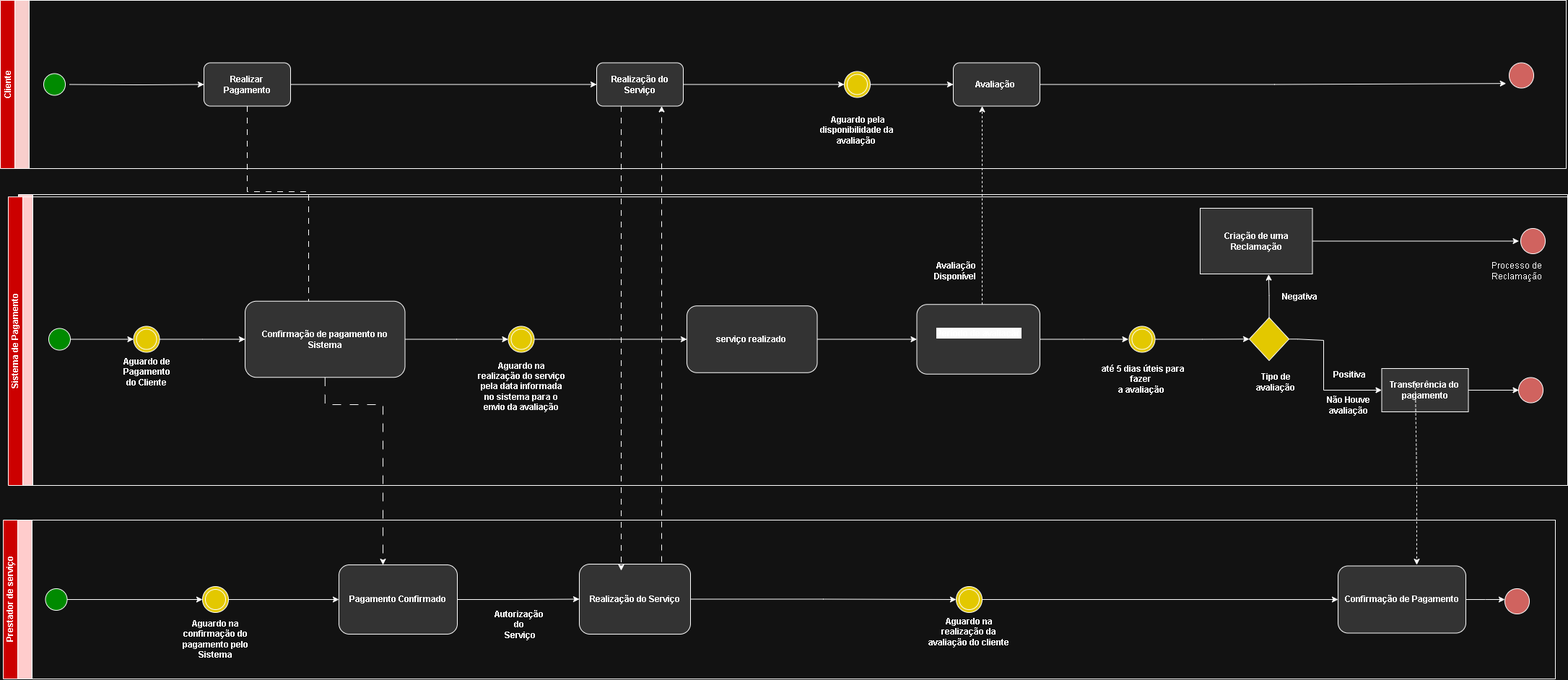
The draw.io diagram pagamento1.png in ThePlano/Projeto-CC5511---ENGENHARIA-DE-SOFTWARE, before a commit. Source tidied: cells renumbered, new cells last; positions are measured from the earlier drawing's top-left corner, leaving out a move shared by most shapes.
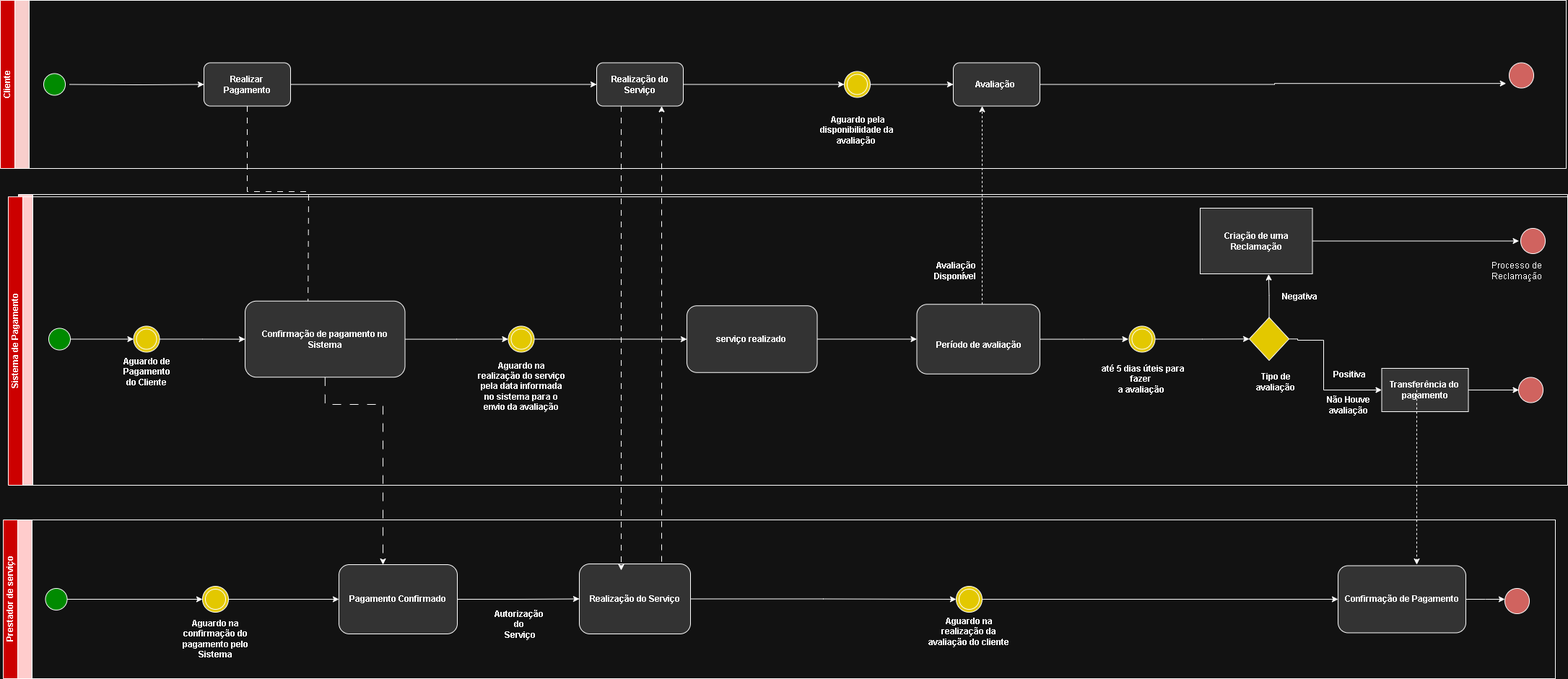
The same file after the commit.

Change to the diagram source:
```diff
@@ -187,7 +187,7 @@
         <mxPoint x="1537.5" y="200.5" as="targetPoint" />
       </mxGeometry>
     </mxCell>
-    <mxCell id="54" value="&#10;&lt;span style=&quot;font-family: Helvetica; font-size: 12px; font-style: normal; font-variant-ligatures: normal; font-variant-caps: normal; letter-spacing: normal; orphans: 2; text-indent: 0px; text-transform: none; widows: 2; word-spacing: 0px; -webkit-text-stroke-width: 0px; white-space: normal; background-color: rgb(251, 251, 251); text-decoration-thickness: initial; text-decoration-style: initial; text-decoration-color: initial; float: none; display: inline !important;&quot;&gt;Período de avaliação&lt;/span&gt;&#10;&#10;" style="whiteSpace=wrap;html=1;fillColor=#333333;strokeColor=#FFFFFF;rounded=1;align=center;fontStyle=1;verticalAlign=middle;fontSize=12;fontColor=#FFFFFF;" parent="39" vertex="1">
+    <mxCell id="54" value="&lt;span style=&quot;background-color: rgb(51, 51, 51);&quot;&gt;&lt;br&gt;&lt;span style=&quot;font-family: Helvetica; font-size: 12px; font-style: normal; font-variant-ligatures: normal; font-variant-caps: normal; letter-spacing: normal; orphans: 2; text-indent: 0px; text-transform: none; widows: 2; word-spacing: 0px; -webkit-text-stroke-width: 0px; white-space: normal; text-decoration-thickness: initial; text-decoration-style: initial; text-decoration-color: initial; float: none; display: inline !important;&quot;&gt;Período de avaliação&lt;/span&gt;&lt;br&gt;&lt;/span&gt;" style="whiteSpace=wrap;html=1;fillColor=#333333;strokeColor=#FFFFFF;rounded=1;align=center;fontStyle=1;verticalAlign=middle;fontSize=12;fontColor=#FFFFFF;" parent="39" vertex="1">
       <mxGeometry x="1244.5" y="152.2" width="170.5" height="96.5" as="geometry" />
     </mxCell>
     <mxCell id="55" value="Avaliação Disponível&amp;nbsp;" style="text;html=1;align=center;verticalAlign=middle;whiteSpace=wrap;rounded=0;fontStyle=1;fontSize=12;fontColor=#FFFFFF;strokeColor=none;" parent="39" vertex="1">
```
